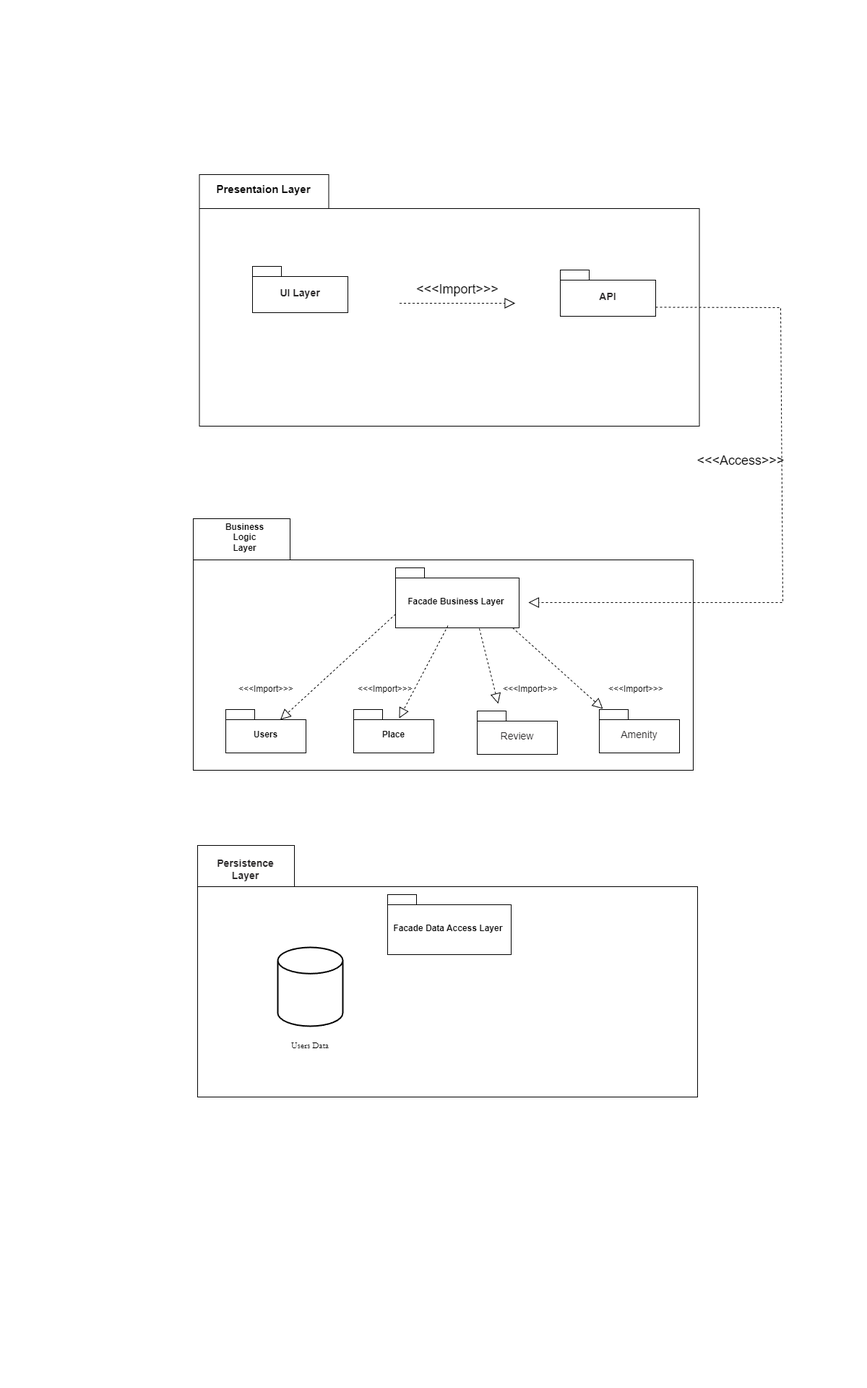
Above: Package Digram.drawio.png in KMSAAO/holbertonschool-hbnb (draw.io), before the change. Source tidied: cells renumbered, new cells last; positions are measured from the earlier drawing's top-left corner, leaving out a move shared by most shapes.
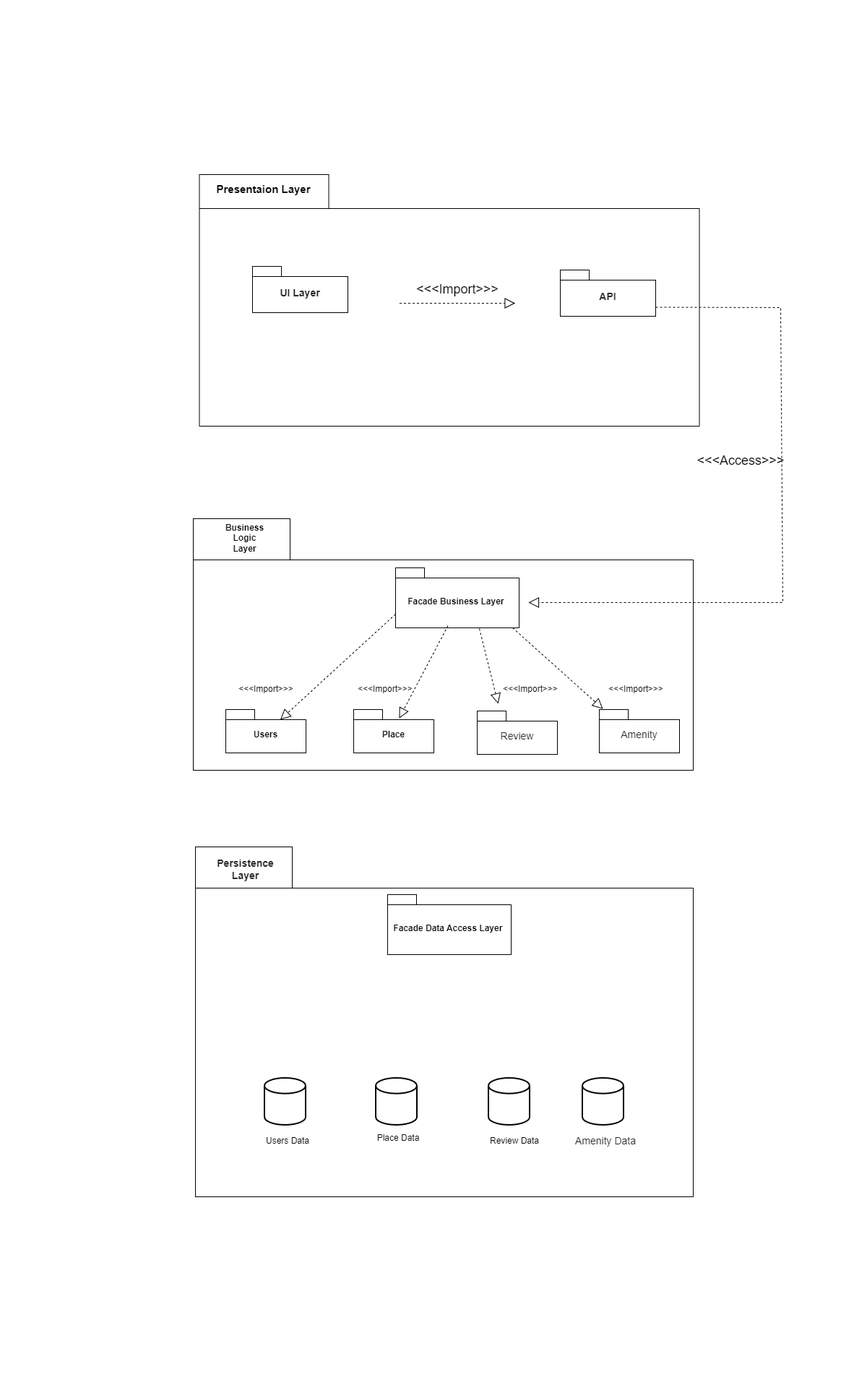
After the change.

The edit, as a diff of the source:
```diff
@@ -36,7 +36,7 @@
       <mxGeometry x="562" y="740" width="111" height="60" as="geometry" />
     </mxCell>
     <mxCell id="13" style="shape=folder;fontStyle=1;spacingTop=10;tabWidth=134;tabHeight=57;tabPosition=left;html=1;whiteSpace=wrap;fontColor=light-dark(#000000,#000000);gradientColor=default;strokeColor=light-dark(#000000,#000000);fillColor=none;" parent="1" vertex="1">
-      <mxGeometry x="6" y="928" width="692" height="348" as="geometry" />
+      <mxGeometry x="3" y="930" width="689" height="484" as="geometry" />
     </mxCell>
     <mxCell id="14" value="&lt;strong style=&quot;box-sizing: border-box; font-weight: bold; font-family: aktiv-grotesk, sans-serif; font-size: 14px; text-align: start; text-wrap-mode: wrap;&quot;&gt;&lt;font style=&quot;color: light-dark(rgb(41, 39, 40), rgb(0, 0, 0));&quot;&gt;Persistence Layer&lt;/font&gt;&lt;/strong&gt;" style="text;align=center;fontStyle=1;verticalAlign=middle;spacingLeft=3;spacingRight=3;html=1;fontColor=light-dark(#000000,#000000);" parent="1" vertex="1">
       <mxGeometry x="38" y="947" width="67" height="27" as="geometry" />
@@ -44,12 +44,6 @@
     <mxCell id="15" value="&lt;span&gt;&lt;font style=&quot;color: light-dark(rgb(0, 0, 0), rgb(0, 0, 0));&quot;&gt;Facade Data Access Layer&amp;nbsp;&lt;/font&gt;&lt;/span&gt;" style="shape=folder;fontStyle=1;spacingTop=10;tabWidth=40;tabHeight=14;tabPosition=left;html=1;whiteSpace=wrap;strokeColor=light-dark(#000000,#000000);fillColor=none;" parent="1" vertex="1">
       <mxGeometry x="269" y="996" width="171" height="83" as="geometry" />
     </mxCell>
-    <mxCell id="16" style="strokeWidth=2;html=1;shape=mxgraph.flowchart.database;whiteSpace=wrap;fontColor=light-dark(#FFFFFF,#FFFFFF);labelPosition=left;verticalLabelPosition=middle;align=right;verticalAlign=middle;textDirection=ltr;fillColor=light-dark(#FFFFFF,#FFFFFF);strokeColor=light-dark(#000000,#000000);" parent="1" vertex="1">
-      <mxGeometry x="117" y="1069" width="90" height="109" as="geometry" />
-    </mxCell>
-    <mxCell id="17" value="&lt;font style=&quot;&quot; face=&quot;Garamond&quot;&gt;Users Data&lt;/font&gt;" style="whiteSpace=wrap;html=1;fillColor=none;fontColor=light-dark(#000000,#000000);strokeColor=none;" parent="1" vertex="1">
-      <mxGeometry x="110" y="1181" width="104" height="48" as="geometry" />
-    </mxCell>
     <mxCell id="18" style="endArrow=block;dashed=1;endFill=0;endSize=12;html=1;rounded=0;strokeColor=light-dark(#000000,#010101);fontSize=16;" parent="1" edge="1">
       <mxGeometry relative="1" as="geometry">
         <mxPoint x="285.5" y="178" as="sourcePoint" />
@@ -105,5 +99,29 @@
         <mxPoint x="280" y="608" as="sourcePoint" />
       </mxGeometry>
     </mxCell>
+    <mxCell id="30" style="strokeWidth=2;html=1;shape=mxgraph.flowchart.database;whiteSpace=wrap;fontColor=light-dark(#FFFFFF,#FFFFFF);labelPosition=left;verticalLabelPosition=middle;align=right;verticalAlign=middle;textDirection=ltr;fillColor=light-dark(#FFFFFF,#FFFFFF);strokeColor=light-dark(#000000,#000000);" parent="1" vertex="1">
+      <mxGeometry x="99" y="1250" width="57" height="65" as="geometry" />
+    </mxCell>
+    <mxCell id="17" value="&lt;font style=&quot;&quot; face=&quot;Helvetica&quot;&gt;Users Data&lt;/font&gt;" style="whiteSpace=wrap;html=1;fillColor=none;fontColor=light-dark(#000000,#000000);strokeColor=none;fontFamily=Verdana;" parent="1" vertex="1">
+      <mxGeometry x="79" y="1313" width="104" height="48" as="geometry" />
+    </mxCell>
+    <mxCell id="31" style="strokeWidth=2;html=1;shape=mxgraph.flowchart.database;whiteSpace=wrap;fontColor=light-dark(#FFFFFF,#FFFFFF);labelPosition=left;verticalLabelPosition=middle;align=right;verticalAlign=middle;textDirection=ltr;fillColor=light-dark(#FFFFFF,#FFFFFF);strokeColor=light-dark(#000000,#000000);" parent="1" vertex="1">
+      <mxGeometry x="253" y="1250" width="57" height="65" as="geometry" />
+    </mxCell>
+    <mxCell id="32" style="strokeWidth=2;html=1;shape=mxgraph.flowchart.database;whiteSpace=wrap;fontColor=light-dark(#FFFFFF,#FFFFFF);labelPosition=left;verticalLabelPosition=middle;align=right;verticalAlign=middle;textDirection=ltr;fillColor=light-dark(#FFFFFF,#FFFFFF);strokeColor=light-dark(#000000,#000000);" parent="1" vertex="1">
+      <mxGeometry x="409" y="1250" width="57" height="65" as="geometry" />
+    </mxCell>
+    <mxCell id="33" style="strokeWidth=2;html=1;shape=mxgraph.flowchart.database;whiteSpace=wrap;fontColor=light-dark(#FFFFFF,#FFFFFF);labelPosition=left;verticalLabelPosition=middle;align=right;verticalAlign=middle;textDirection=ltr;fillColor=light-dark(#FFFFFF,#FFFFFF);strokeColor=light-dark(#000000,#000000);" parent="1" vertex="1">
+      <mxGeometry x="539" y="1250" width="57" height="65" as="geometry" />
+    </mxCell>
+    <mxCell id="34" value="&lt;font style=&quot;&quot; face=&quot;Helvetica&quot;&gt;Place Data&lt;/font&gt;" style="whiteSpace=wrap;html=1;fillColor=none;fontColor=light-dark(#000000,#000000);strokeColor=none;fontFamily=Verdana;" parent="1" vertex="1">
+      <mxGeometry x="231.5" y="1315" width="104" height="36" as="geometry" />
+    </mxCell>
+    <mxCell id="35" value="&lt;font style=&quot;&quot; face=&quot;Helvetica&quot;&gt;Review Data&lt;/font&gt;" style="whiteSpace=wrap;html=1;fillColor=none;fontColor=light-dark(#000000,#000000);strokeColor=none;fontFamily=Verdana;" parent="1" vertex="1">
+      <mxGeometry x="393" y="1319" width="104" height="36" as="geometry" />
+    </mxCell>
+    <mxCell id="36" value="&lt;span style=&quot;font-family: aktiv-grotesk, sans-serif; font-size: 14px; text-align: start;&quot;&gt;&lt;font style=&quot;color: light-dark(rgb(41, 39, 40), rgb(1, 1, 1));&quot;&gt;Amenity Data&lt;/font&gt;&lt;/span&gt;" style="whiteSpace=wrap;html=1;fillColor=none;fontColor=light-dark(#000000,#000000);strokeColor=none;fontFamily=Verdana;" parent="1" vertex="1">
+      <mxGeometry x="519" y="1319" width="104" height="36" as="geometry" />
+    </mxCell>
   </root>
 </mxGraphModel>
```
